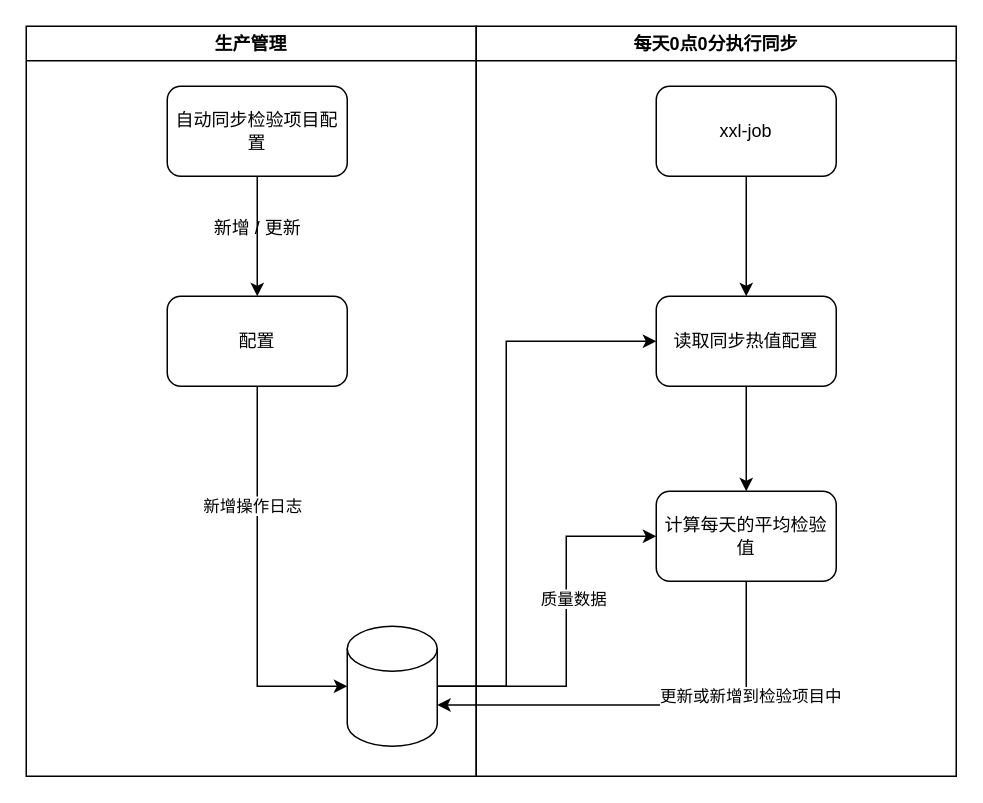
This is Temp.drawio from Leo-Lee-j/sketch, a draw.io file, before an edit. Source tidied: cells renumbered, new cells numbered last; positions are measured from the earlier drawing's top-left corner, leaving out a move shared by most shapes. Both pictures are drawn from the tidied source at 150%, with x=0, y=0 at pixel (26, 26).
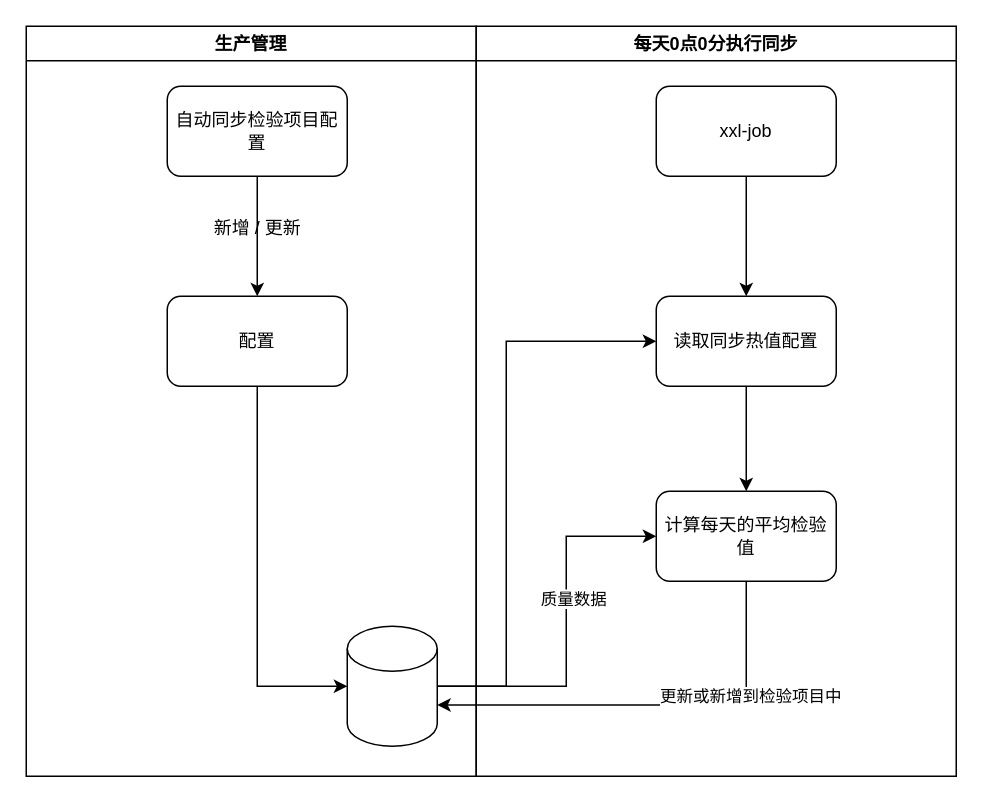
After the change.

Unchanged cells that the change refers to:
```xml
<mxCell id="4" style="edgeStyle=orthogonalEdgeStyle;rounded=0;jettySize=auto;html=1;exitX=0.5;exitY=1;exitDx=0;exitDy=0;entryX=0;entryY=0.5;entryDx=0;entryDy=0;entryPerimeter=0;" parent="1" edge="1" source="6" target="9">
  <mxGeometry relative="1" as="geometry" />
</mxCell>
```

What changed in the source:
```diff
@@
-    <mxCell id="5" value="新增操作日志" style="edgeLabel;html=1;align=center;verticalAlign=middle;" parent="4" vertex="1">
-      <mxGeometry x="0.24" y="1" relative="1" as="geometry">
-        <mxPoint x="-5" y="-82" as="offset" />
-      </mxGeometry>
-    </mxCell>
```
